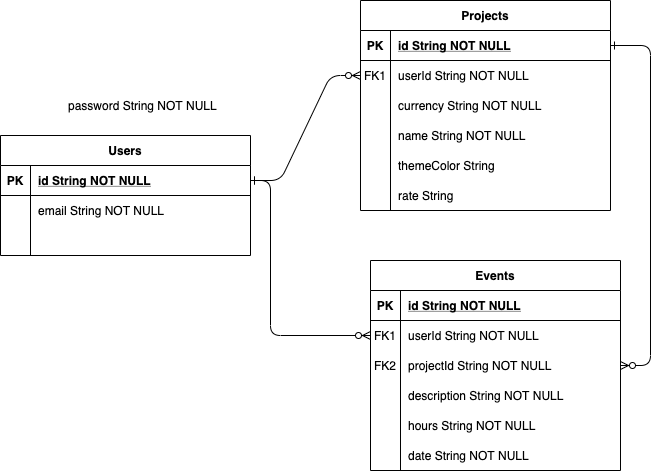
Before: docs/ERD.png, a diagram exported from draw.io (smikulic/daily). Source tidied: cells renumbered, new cells last; positions are measured from the earlier drawing's top-left corner, leaving out a move shared by most shapes.
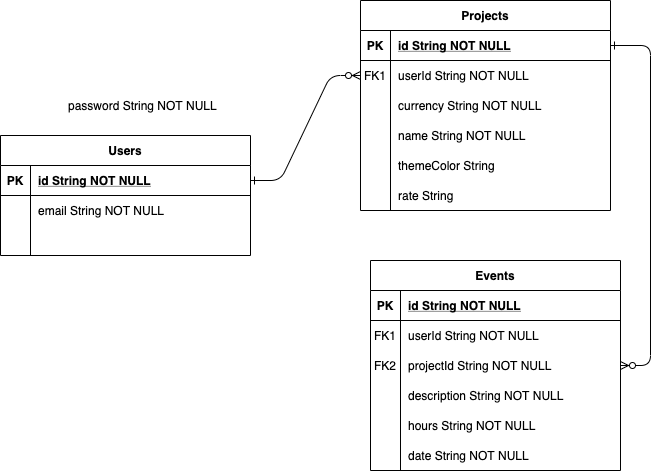
The same file after the commit.

Diff of the diagram source:
```diff
@@ -104,14 +104,6 @@
     <mxCell id="35" value="FK2" style="shape=partialRectangle;overflow=hidden;fillColor=none;top=0;left=0;bottom=0;right=0;" parent="1" vertex="1">
       <mxGeometry x="370" y="350" width="30" height="30" as="geometry" />
     </mxCell>
-    <mxCell id="36" style="edgeStyle=orthogonalEdgeStyle;rounded=1;jettySize=auto;html=1;endArrow=ERzeroToMany;endFill=1;entryX=0;entryY=0.5;entryDx=0;entryDy=0;startArrow=ERone;startFill=0;" parent="1" edge="1" source="25" target="18">
-      <mxGeometry relative="1" as="geometry">
-        <Array as="points">
-          <mxPoint x="270" y="180" />
-          <mxPoint x="270" y="335" />
-        </Array>
-      </mxGeometry>
-    </mxCell>
     <mxCell id="37" value="description String NOT NULL" style="shape=partialRectangle;overflow=hidden;fillColor=none;top=0;left=0;bottom=0;right=0;align=left;spacingLeft=6;" parent="1" vertex="1">
       <mxGeometry x="400" y="380" width="220" height="30" as="geometry" />
     </mxCell>
```
